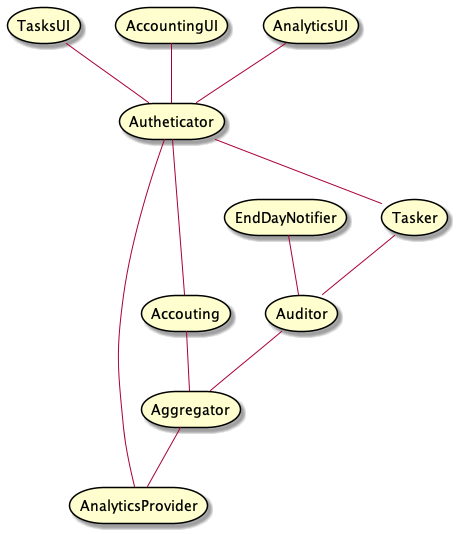
The PlantUML diagram diagrams/High-level-architecture.png in ximyro/async_architecture_course, before a commit. The source it was exported from:
```plantuml
@startuml High-level-architecture
storage Tasker
storage AnalyticsProvider
storage Aggregator
storage EndDayNotifier
storage Autheticator
storage Accouting
storage TasksUI
storage AccountingUI
storage Auditor
storage AnalyticsUI

TasksUI -- Autheticator
AccountingUI -- Autheticator
AnalyticsUI -- Autheticator

Autheticator -- Tasker
Autheticator -- AnalyticsProvider
Autheticator -- Accouting

Tasker -- Auditor
EndDayNotifier -- Auditor

Auditor -- Aggregator

Aggregator -- AnalyticsProvider
Accouting -- Aggregator
@enduml
```
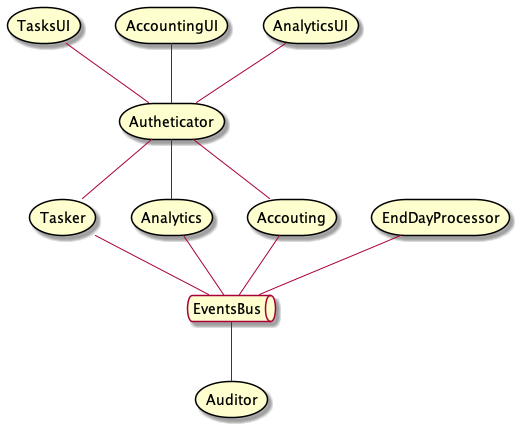
After the change.

The edit, as a diff of the source:
```diff
@@ -1,28 +1,26 @@
 @startuml High-level-architecture
 storage Tasker
-storage AnalyticsProvider
-storage Aggregator
-storage EndDayNotifier
+storage Analytics
+storage EndDayProcessor
 storage Autheticator
 storage Accouting
 storage TasksUI
 storage AccountingUI
 storage Auditor
 storage AnalyticsUI
+queue EventsBus
 
 TasksUI -- Autheticator
 AccountingUI -- Autheticator
 AnalyticsUI -- Autheticator
 
 Autheticator -- Tasker
-Autheticator -- AnalyticsProvider
+Autheticator -- Analytics
 Autheticator -- Accouting
 
-Tasker -- Auditor
-EndDayNotifier -- Auditor
-
-Auditor -- Aggregator
-
-Aggregator -- AnalyticsProvider
-Accouting -- Aggregator
+Tasker -- EventsBus
+EventsBus -- Auditor
+Analytics -- EventsBus
+Accouting -- EventsBus
+EndDayProcessor -- EventsBus
 @enduml
```
